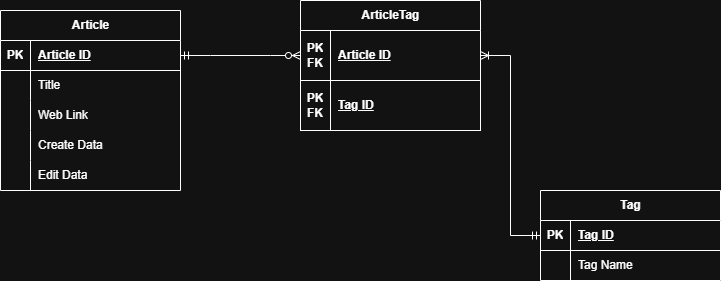
Before: docs/Article_ERD.png, a diagram exported from draw.io (takuya1112/webtag). Source tidied: cells renumbered, new cells last; positions are measured from the earlier drawing's top-left corner, leaving out a move shared by most shapes.
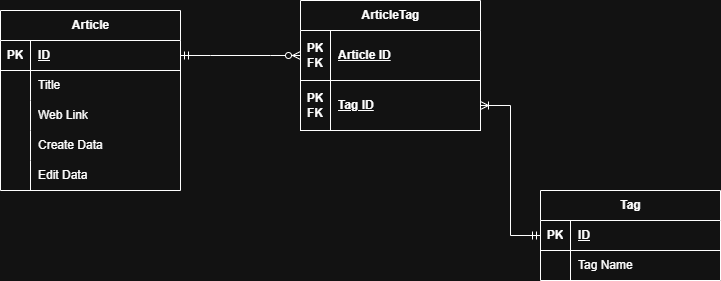
The same diagram one commit later.

Diff of the diagram source:
```diff
@@ -11,7 +11,7 @@
     <mxCell id="4" value="PK" style="shape=partialRectangle;fillColor=none;top=0;left=0;bottom=0;right=0;fontStyle=1;overflow=hidden;whiteSpace=wrap;html=1;labelBackgroundColor=none;" parent="3" vertex="1">
       <mxGeometry width="30" height="30" as="geometry" />
     </mxCell>
-    <mxCell id="5" value="Article ID" style="shape=partialRectangle;fillColor=none;top=0;left=0;bottom=0;right=0;align=left;spacingLeft=6;fontStyle=5;overflow=hidden;whiteSpace=wrap;html=1;labelBackgroundColor=none;" parent="3" vertex="1">
+    <mxCell id="5" value="ID" style="shape=partialRectangle;fillColor=none;top=0;left=0;bottom=0;right=0;align=left;spacingLeft=6;fontStyle=5;overflow=hidden;whiteSpace=wrap;html=1;labelBackgroundColor=none;" parent="3" vertex="1">
       <mxGeometry x="30" width="150" height="30" as="geometry" />
     </mxCell>
     <mxCell id="6" style="shape=tableRow;horizontal=0;startSize=0;swimlaneHead=0;swimlaneBody=0;fillColor=none;top=0;left=0;right=0;bottom=0;labelBackgroundColor=none;" parent="2" vertex="1">
@@ -59,7 +59,7 @@
     <mxCell id="20" value="PK" style="shape=partialRectangle;fillColor=none;top=0;left=0;bottom=0;right=0;fontStyle=1;overflow=hidden;whiteSpace=wrap;html=1;" parent="19" vertex="1">
       <mxGeometry width="30" height="30" as="geometry" />
     </mxCell>
-    <mxCell id="21" value="Tag ID" style="shape=partialRectangle;fillColor=none;top=0;left=0;bottom=0;right=0;align=left;spacingLeft=6;fontStyle=5;overflow=hidden;whiteSpace=wrap;html=1;" parent="19" vertex="1">
+    <mxCell id="21" value="&lt;div&gt;&lt;span style=&quot;background-color: transparent; color: light-dark(rgb(0, 0, 0), rgb(255, 255, 255));&quot;&gt;ID&lt;/span&gt;&lt;/div&gt;" style="shape=partialRectangle;fillColor=none;top=0;left=0;bottom=0;right=0;align=left;spacingLeft=6;fontStyle=5;overflow=hidden;whiteSpace=wrap;html=1;" parent="19" vertex="1">
       <mxGeometry x="30" width="150" height="30" as="geometry" />
     </mxCell>
     <mxCell id="22" style="shape=tableRow;horizontal=0;startSize=0;swimlaneHead=0;swimlaneBody=0;fillColor=none;top=0;left=0;right=0;bottom=0;" parent="18" vertex="1">
@@ -95,7 +95,7 @@
     <mxCell id="32" style="edgeStyle=entityRelationEdgeStyle;fontSize=12;html=1;endArrow=ERzeroToMany;startArrow=ERmandOne;rounded=0;exitX=1;exitY=0.5;exitDx=0;exitDy=0;entryX=0;entryY=0.5;entryDx=0;entryDy=0;" parent="1" edge="1" source="3" target="26">
       <mxGeometry relative="1" as="geometry" />
     </mxCell>
-    <mxCell id="33" style="edgeStyle=entityRelationEdgeStyle;fontSize=12;html=1;endArrow=ERoneToMany;startArrow=ERmandOne;rounded=0;entryX=1;entryY=0.5;entryDx=0;entryDy=0;exitX=0;exitY=0.5;exitDx=0;exitDy=0;" parent="1" edge="1" source="19" target="26">
+    <mxCell id="33" style="edgeStyle=entityRelationEdgeStyle;fontSize=12;html=1;endArrow=ERoneToMany;startArrow=ERmandOne;rounded=0;entryX=1;entryY=0.5;entryDx=0;entryDy=0;exitX=0;exitY=0.5;exitDx=0;exitDy=0;" parent="1" edge="1" source="19" target="29">
       <mxGeometry relative="1" as="geometry" />
     </mxCell>
   </root>
```
